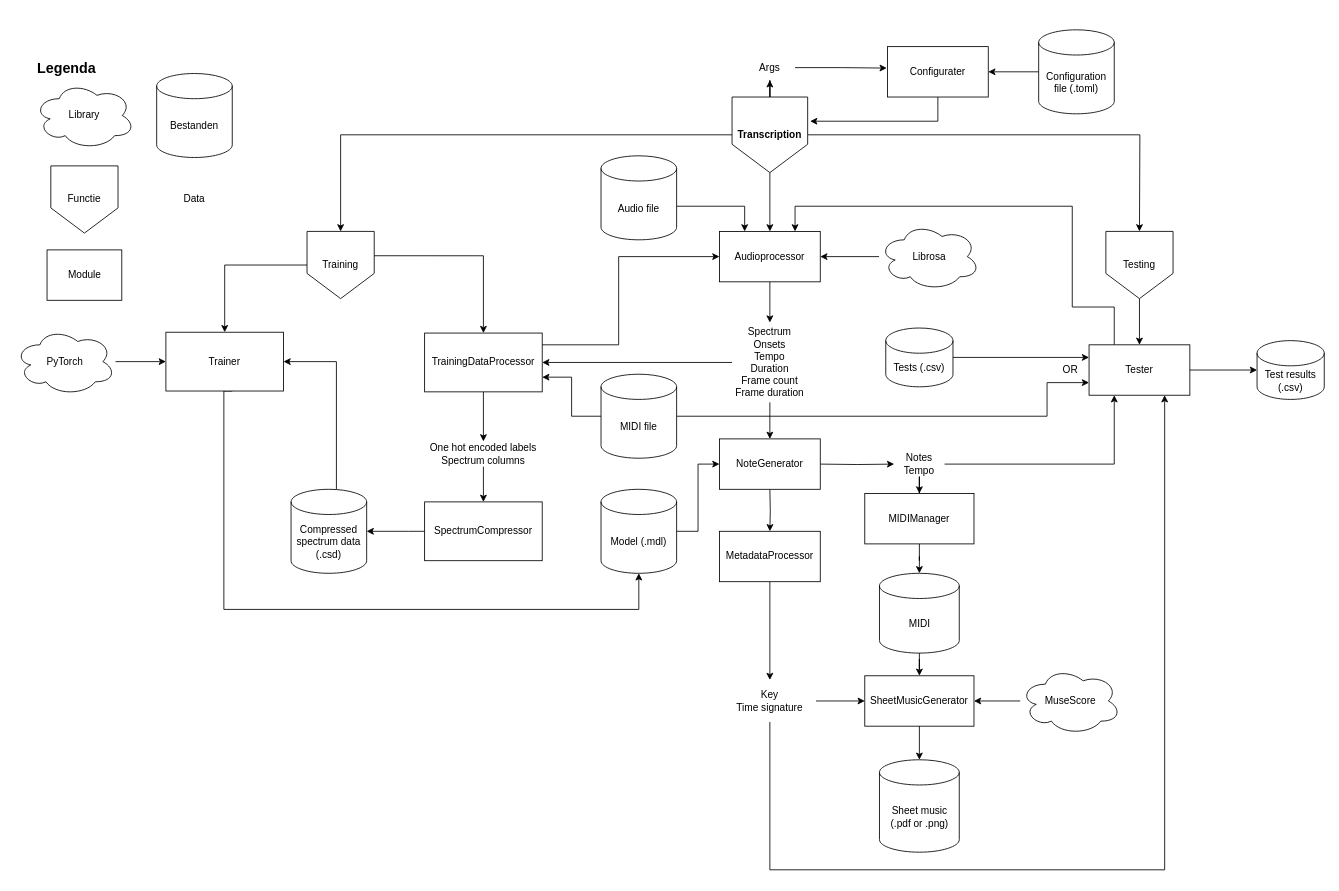
Before: misc/flowchart.drawio in Kat9-123/Arezzo, a draw.io diagram. Source tidied: cells renumbered, new cells numbered last; positions are measured from the earlier drawing's top-left corner, leaving out a move shared by most shapes. Both pictures are drawn from the tidied source at 84%, with x=0, y=0 at pixel (14, 29).
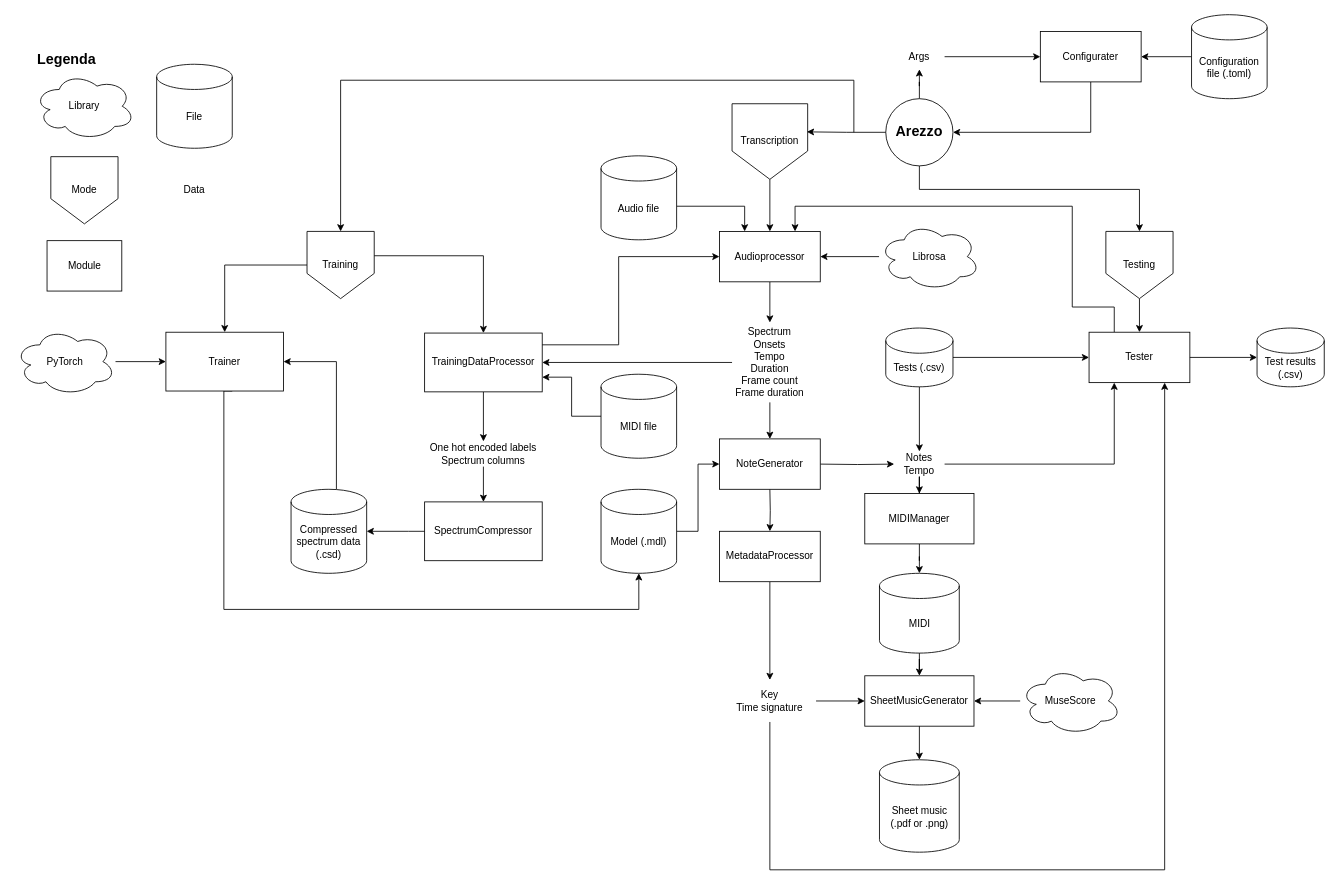
After the change.

Unchanged cells that the change refers to:
```xml
<mxCell id="22" value="Training" style="shape=offPageConnector;whiteSpace=wrap;html=1;" parent="1" vertex="1">
  <mxGeometry x="348" y="240" width="80" height="80" as="geometry" />
</mxCell>
<mxCell id="25" value="MIDI file" style="shape=cylinder3;whiteSpace=wrap;html=1;boundedLbl=1;backgroundOutline=1;size=15;" parent="1" vertex="1">
  <mxGeometry x="698" y="410" width="90" height="100" as="geometry" />
</mxCell>
<mxCell id="48" value="Testing" style="shape=offPageConnector;whiteSpace=wrap;html=1;" parent="1" vertex="1">
  <mxGeometry x="1299" y="240" width="80" height="80" as="geometry" />
</mxCell>
<mxCell id="51" value="Notes&lt;br&gt;Tempo" style="text;html=1;strokeColor=none;fillColor=none;align=center;verticalAlign=middle;whiteSpace=wrap;rounded=0;" parent="1" vertex="1">
  <mxGeometry x="1047" y="502" width="60" height="30" as="geometry" />
</mxCell>
<mxCell id="67" value="Tests (.csv)" style="shape=cylinder3;whiteSpace=wrap;html=1;boundedLbl=1;backgroundOutline=1;size=15;" parent="1" vertex="1">
  <mxGeometry x="1037" y="355" width="80" height="70" as="geometry" />
</mxCell>
```

Change to the diagram source:
```diff
@@
-    <mxCell id="13" style="edgeStyle=orthogonalEdgeStyle;rounded=0;jettySize=auto;html=1;entryX=0.5;entryY=0;entryDx=0;entryDy=0;" parent="1" edge="1" source="16">
-      <mxGeometry relative="1" as="geometry">
-        <mxPoint x="1339" y="240" as="targetPoint" />
-      </mxGeometry>
-    </mxCell>
-    <mxCell id="14" style="edgeStyle=orthogonalEdgeStyle;rounded=0;jettySize=auto;html=1;entryX=0.5;entryY=0;entryDx=0;entryDy=0;" parent="1" edge="1" source="16" target="22">
-      <mxGeometry relative="1" as="geometry" />
-    </mxCell>
-    <mxCell id="15" style="edgeStyle=orthogonalEdgeStyle;rounded=0;jettySize=auto;html=1;" parent="1" edge="1" source="16" target="36">
-      <mxGeometry relative="1" as="geometry" />
-    </mxCell>
-    <mxCell id="16" value="Transcription" style="shape=offPageConnector;whiteSpace=wrap;html=1;fontStyle=1;" parent="1" vertex="1">
-      <mxGeometry x="854" y="80" width="90" height="90" as="geometry" />
+    <mxCell id="16" value="&lt;span style=&quot;font-weight: normal;&quot;&gt;Transcription&lt;/span&gt;" style="shape=offPageConnector;whiteSpace=wrap;html=1;fontStyle=1;" parent="1" vertex="1">
+      <mxGeometry x="854" y="88" width="90" height="90" as="geometry" />
     </mxCell>
@@
-    <mxCell id="24" style="edgeStyle=orthogonalEdgeStyle;rounded=0;jettySize=auto;html=1;entryX=0;entryY=0.75;entryDx=0;entryDy=0;" parent="1" edge="1" source="25" target="46">
-      <mxGeometry relative="1" as="geometry">
-        <Array as="points">
-          <mxPoint x="1229" y="460" />
-          <mxPoint x="1229" y="420" />
-        </Array>
-      </mxGeometry>
-    </mxCell>
@@
-    <mxCell id="33" value="Configurater" style="rounded=0;whiteSpace=wrap;html=1;labelBackgroundColor=none;" parent="1" vertex="1">
-      <mxGeometry x="1039" y="20" width="120" height="60" as="geometry" />
-    </mxCell>
-    <mxCell id="34" style="edgeStyle=orthogonalEdgeStyle;rounded=0;jettySize=auto;html=1;entryX=1;entryY=0.5;entryDx=0;entryDy=0;" parent="1" edge="1" source="35" target="33">
-      <mxGeometry relative="1" as="geometry" />
-    </mxCell>
-    <mxCell id="35" value="Configuration file (.toml)" style="shape=cylinder3;whiteSpace=wrap;html=1;boundedLbl=1;backgroundOutline=1;size=15;" parent="1" vertex="1">
-      <mxGeometry x="1219" width="90" height="100" as="geometry" />
-    </mxCell>
-    <mxCell id="36" value="Args" style="text;html=1;strokeColor=none;fillColor=none;align=center;verticalAlign=middle;whiteSpace=wrap;rounded=0;" parent="1" vertex="1">
-      <mxGeometry x="869" y="30" width="60" height="30" as="geometry" />
-    </mxCell>
-    <mxCell id="37" style="edgeStyle=orthogonalEdgeStyle;rounded=0;jettySize=auto;html=1;entryX=-0.007;entryY=0.426;entryDx=0;entryDy=0;entryPerimeter=0;" parent="1" edge="1" source="36" target="33">
-      <mxGeometry relative="1" as="geometry" />
-    </mxCell>
-    <mxCell id="38" style="edgeStyle=orthogonalEdgeStyle;rounded=0;jettySize=auto;html=1;entryX=1.033;entryY=0.32;entryDx=0;entryDy=0;entryPerimeter=0;" parent="1" edge="1" source="33" target="16">
-      <mxGeometry relative="1" as="geometry">
-        <Array as="points">
-          <mxPoint x="1099" y="109" />
-        </Array>
-      </mxGeometry>
-    </mxCell>
@@
     <mxCell id="46" value="Tester" style="rounded=0;whiteSpace=wrap;html=1;labelBackgroundColor=none;" parent="1" vertex="1">
-      <mxGeometry x="1279" y="375" width="120" height="60" as="geometry" />
+      <mxGeometry x="1279" y="360" width="120" height="60" as="geometry" />
     </mxCell>
@@
-    <mxCell id="66" style="edgeStyle=orthogonalEdgeStyle;rounded=0;jettySize=auto;html=1;entryX=0;entryY=0.25;entryDx=0;entryDy=0;" parent="1" edge="1" source="67" target="46">
+    <mxCell id="66" style="edgeStyle=orthogonalEdgeStyle;rounded=0;jettySize=auto;html=1;entryX=0;entryY=0.5;entryDx=0;entryDy=0;" parent="1" edge="1" source="67" target="46">
       <mxGeometry relative="1" as="geometry" />
     </mxCell>
+    <mxCell id="78" style="edgeStyle=orthogonalEdgeStyle;rounded=0;jettySize=auto;html=1;" parent="1" edge="1" source="67" target="51">
+      <mxGeometry relative="1" as="geometry" />
+    </mxCell>
@@
     <mxCell id="68" value="Test results (.csv)" style="shape=cylinder3;whiteSpace=wrap;html=1;boundedLbl=1;backgroundOutline=1;size=15;" parent="1" vertex="1">
-      <mxGeometry x="1479" y="370" width="80" height="70" as="geometry" />
+      <mxGeometry x="1479" y="355" width="80" height="70" as="geometry" />
     </mxCell>
@@
-    <mxCell id="70" value="OR" style="text;html=1;strokeColor=none;fillColor=none;align=center;verticalAlign=middle;whiteSpace=wrap;rounded=0;" parent="1" vertex="1">
-      <mxGeometry x="1227" y="390" width="60" height="30" as="geometry" />
-    </mxCell>
@@
     <mxCell id="72" value="Library" style="ellipse;shape=cloud;whiteSpace=wrap;html=1;" parent="1" vertex="1">
-      <mxGeometry x="23" y="62" width="120" height="80" as="geometry" />
+      <mxGeometry x="23" y="51" width="120" height="80" as="geometry" />
     </mxCell>
-    <mxCell id="73" value="Functie" style="shape=offPageConnector;whiteSpace=wrap;html=1;" parent="1" vertex="1">
-      <mxGeometry x="43" y="162" width="80" height="80" as="geometry" />
+    <mxCell id="73" value="Mode" style="shape=offPageConnector;whiteSpace=wrap;html=1;" parent="1" vertex="1">
+      <mxGeometry x="43" y="151" width="80" height="80" as="geometry" />
     </mxCell>
     <mxCell id="74" value="Module" style="rounded=0;whiteSpace=wrap;html=1;" parent="1" vertex="1">
-      <mxGeometry x="38.5" y="262" width="89" height="60" as="geometry" />
+      <mxGeometry x="38.5" y="251" width="89" height="60" as="geometry" />
     </mxCell>
     <mxCell id="75" value="Data" style="text;strokeColor=none;fillColor=none;align=center;verticalAlign=middle;whiteSpace=wrap;rounded=0;html=1;" parent="1" vertex="1">
-      <mxGeometry x="149" y="178" width="130" height="48" as="geometry" />
+      <mxGeometry x="149" y="167" width="130" height="48" as="geometry" />
     </mxCell>
-    <mxCell id="76" value="Bestanden" style="shape=cylinder3;whiteSpace=wrap;html=1;boundedLbl=1;backgroundOutline=1;size=15;" parent="1" vertex="1">
-      <mxGeometry x="169" y="52" width="90" height="100" as="geometry" />
+    <mxCell id="76" value="File" style="shape=cylinder3;whiteSpace=wrap;html=1;boundedLbl=1;backgroundOutline=1;size=15;" parent="1" vertex="1">
+      <mxGeometry x="169" y="41" width="90" height="100" as="geometry" />
     </mxCell>
     <mxCell id="77" value="&lt;font style=&quot;font-size: 17px;&quot;&gt;&lt;b&gt;Legenda&lt;/b&gt;&lt;/font&gt;" style="text;html=1;strokeColor=none;fillColor=none;align=center;verticalAlign=middle;whiteSpace=wrap;rounded=0;" parent="1" vertex="1">
-      <mxGeometry x="32" y="32" width="60" height="30" as="geometry" />
+      <mxGeometry x="32" y="21" width="60" height="30" as="geometry" />
     </mxCell>
+    <mxCell id="79" style="edgeStyle=orthogonalEdgeStyle;rounded=0;jettySize=auto;html=1;entryX=0.5;entryY=1;entryDx=0;entryDy=0;" parent="1" edge="1" source="81" target="36">
+      <mxGeometry relative="1" as="geometry" />
+    </mxCell>
+    <mxCell id="80" style="edgeStyle=orthogonalEdgeStyle;rounded=0;jettySize=auto;html=1;entryX=0.5;entryY=0;entryDx=0;entryDy=0;" parent="1" edge="1" source="81" target="48">
+      <mxGeometry relative="1" as="geometry">
+        <Array as="points">
+          <mxPoint x="1077" y="190" />
+          <mxPoint x="1339" y="190" />
+        </Array>
+      </mxGeometry>
+    </mxCell>
+    <mxCell id="81" value="&lt;b style=&quot;font-size: 17px;&quot;&gt;&lt;font style=&quot;font-size: 17px;&quot;&gt;Arezzo&lt;/font&gt;&lt;/b&gt;" style="ellipse;whiteSpace=wrap;html=1;fontSize=17;" parent="1" vertex="1">
+      <mxGeometry x="1037" y="82" width="80" height="80" as="geometry" />
+    </mxCell>
+    <mxCell id="82" style="edgeStyle=orthogonalEdgeStyle;rounded=0;jettySize=auto;html=1;entryX=1;entryY=0.5;entryDx=0;entryDy=0;" parent="1" edge="1" source="33" target="81">
+      <mxGeometry relative="1" as="geometry">
+        <Array as="points">
+          <mxPoint x="1281" y="122" />
+        </Array>
+      </mxGeometry>
+    </mxCell>
+    <mxCell id="33" value="Configurater" style="rounded=0;whiteSpace=wrap;html=1;labelBackgroundColor=none;" parent="1" vertex="1">
+      <mxGeometry x="1221" y="2" width="120" height="60" as="geometry" />
+    </mxCell>
+    <mxCell id="34" style="edgeStyle=orthogonalEdgeStyle;rounded=0;jettySize=auto;html=1;entryX=1;entryY=0.5;entryDx=0;entryDy=0;" parent="1" edge="1" source="35" target="33">
+      <mxGeometry relative="1" as="geometry" />
+    </mxCell>
+    <mxCell id="35" value="Configuration file (.toml)" style="shape=cylinder3;whiteSpace=wrap;html=1;boundedLbl=1;backgroundOutline=1;size=15;" parent="1" vertex="1">
+      <mxGeometry x="1401" y="-18" width="90" height="100" as="geometry" />
+    </mxCell>
+    <mxCell id="37" style="edgeStyle=orthogonalEdgeStyle;rounded=0;jettySize=auto;html=1;entryX=0;entryY=0.5;entryDx=0;entryDy=0;" parent="1" edge="1" source="36" target="33">
+      <mxGeometry relative="1" as="geometry" />
+    </mxCell>
+    <mxCell id="36" value="Args" style="text;html=1;strokeColor=none;fillColor=none;align=center;verticalAlign=middle;whiteSpace=wrap;rounded=0;" parent="1" vertex="1">
+      <mxGeometry x="1047" y="17" width="60" height="30" as="geometry" />
+    </mxCell>
+    <mxCell id="83" style="edgeStyle=orthogonalEdgeStyle;rounded=0;jettySize=auto;html=1;entryX=0.99;entryY=0.372;entryDx=0;entryDy=0;entryPerimeter=0;" parent="1" edge="1" source="81" target="16">
+      <mxGeometry relative="1" as="geometry" />
+    </mxCell>
+    <mxCell id="84" style="endArrow=classic;html=1;rounded=0;entryX=0.5;entryY=0;entryDx=0;entryDy=0;" parent="1" edge="1" target="22">
+      <mxGeometry relative="1" as="geometry">
+        <mxPoint x="999" y="122" as="sourcePoint" />
+        <Array as="points">
+          <mxPoint x="999" y="60" />
+          <mxPoint x="388" y="60" />
+        </Array>
+      </mxGeometry>
+    </mxCell>
```
